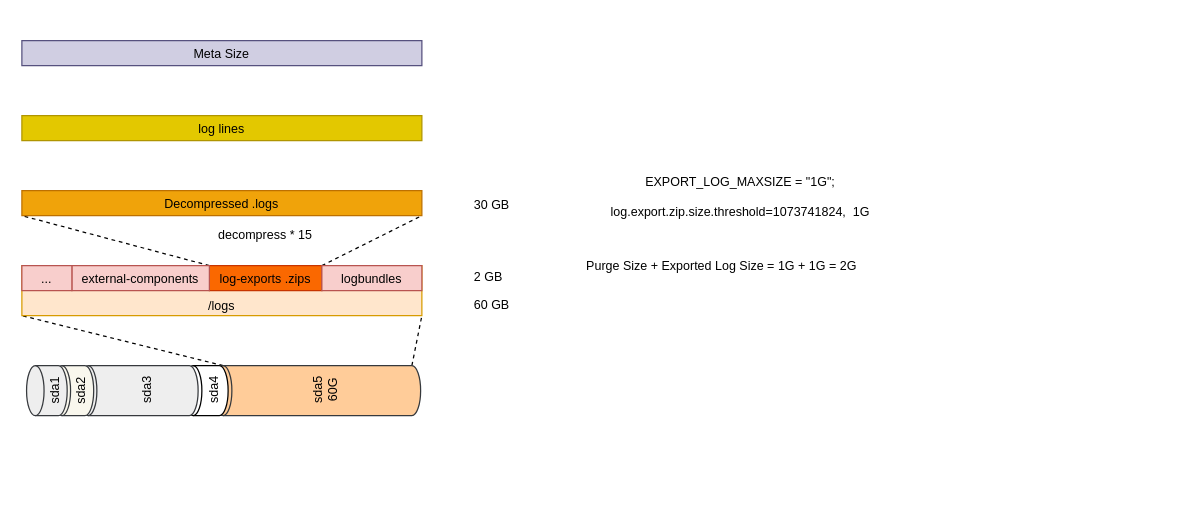
Earlier version of the draw.io diagram page "LogSize" (6 of 6) of st/Log.drawio (gaivin/drawio). Source tidied: cells renumbered, new cells numbered last; positions are measured from the earlier drawing's top-left corner, leaving out a move shared by most shapes. Both pictures are drawn from the tidied source at 125%, with x=0, y=0 at pixel (21, 40).
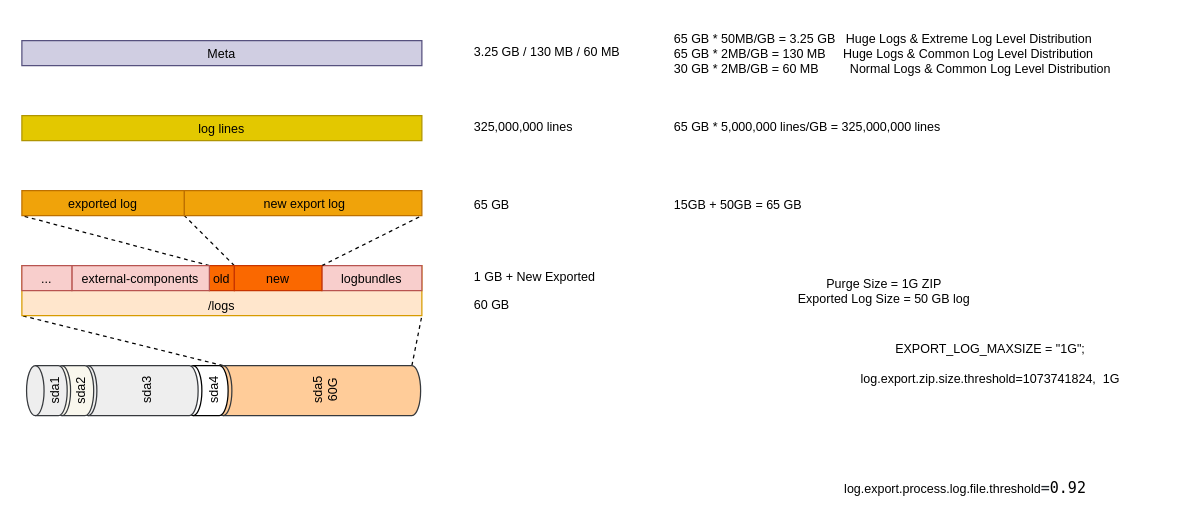
After the change.

What changed in the source:
```diff
@@
-    <mxCell id="12" value="log-exports .zips" style="rounded=0;whiteSpace=wrap;html=1;fontSize=10;fillColor=#fa6800;strokeColor=#C73500;fontColor=#000000;" parent="1" vertex="1">
-      <mxGeometry x="150" y="180" width="90" height="20" as="geometry" />
+    <mxCell id="12" value="old" style="rounded=0;whiteSpace=wrap;html=1;fontSize=10;fillColor=#fa6800;strokeColor=#C73500;fontColor=#000000;" parent="1" vertex="1">
+      <mxGeometry x="150" y="180" width="20" height="20" as="geometry" />
     </mxCell>
@@
-    <mxCell id="16" value="Purge Size + Exported Log Size = 1G + 1G = 2G" style="text;html=1;strokeColor=none;fillColor=none;align=center;verticalAlign=middle;whiteSpace=wrap;rounded=0;fontSize=10;" parent="1" vertex="1">
-      <mxGeometry x="440" y="170" width="240" height="20" as="geometry" />
+    <mxCell id="16" value="Purge Size = 1G ZIP&lt;br&gt;Exported Log Size = 50 GB log" style="text;html=1;strokeColor=none;fillColor=none;align=center;verticalAlign=middle;whiteSpace=wrap;rounded=0;fontSize=10;" parent="1" vertex="1">
+      <mxGeometry x="570" y="190" width="240" height="20" as="geometry" />
     </mxCell>
     <mxCell id="17" value="EXPORT_LOG_MAXSIZE = &quot;1G&quot;;&lt;br&gt;&lt;br&gt;log.export.zip.size.threshold=1073741824,&amp;nbsp; 1G" style="text;html=1;strokeColor=none;fillColor=none;align=center;verticalAlign=middle;whiteSpace=wrap;rounded=0;fontSize=10;" parent="1" vertex="1">
-      <mxGeometry x="440" y="100" width="270" height="50" as="geometry" />
+      <mxGeometry x="640" y="232.5" width="270" height="50" as="geometry" />
     </mxCell>
@@
-    <mxCell id="19" value="2 GB" style="text;html=1;strokeColor=none;fillColor=none;align=left;verticalAlign=middle;whiteSpace=wrap;rounded=0;fontSize=10;" parent="1" vertex="1">
-      <mxGeometry x="360" y="180" width="40" height="17.5" as="geometry" />
+    <mxCell id="19" value="1 GB + New Exported" style="text;html=1;strokeColor=none;fillColor=none;align=left;verticalAlign=middle;whiteSpace=wrap;rounded=0;fontSize=10;" parent="1" vertex="1">
+      <mxGeometry x="360" y="180" width="100" height="17.5" as="geometry" />
     </mxCell>
-    <mxCell id="20" value="Decompressed .logs" style="rounded=0;whiteSpace=wrap;html=1;fontSize=10;fillColor=#f0a30a;fontColor=#000000;strokeColor=#BD7000;" parent="1" vertex="1">
-      <mxGeometry y="120" width="320" height="20" as="geometry" />
+    <mxCell id="20" value="exported log" style="rounded=0;whiteSpace=wrap;html=1;fontSize=10;fillColor=#f0a30a;fontColor=#000000;strokeColor=#BD7000;" parent="1" vertex="1">
+      <mxGeometry y="120" width="130" height="20" as="geometry" />
     </mxCell>
-    <mxCell id="21" value="decompress * 15" style="text;html=1;strokeColor=none;fillColor=none;align=center;verticalAlign=middle;whiteSpace=wrap;rounded=0;fontSize=10;" parent="1" vertex="1">
-      <mxGeometry x="130" y="140" width="130" height="30" as="geometry" />
-    </mxCell>
-    <mxCell id="22" value="30 GB" style="text;html=1;strokeColor=none;fillColor=none;align=left;verticalAlign=middle;whiteSpace=wrap;rounded=0;fontSize=10;" parent="1" vertex="1">
-      <mxGeometry x="360" y="122.5" width="40" height="17.5" as="geometry" />
+    <mxCell id="22" value="65 GB" style="text;html=1;strokeColor=none;fillColor=none;align=left;verticalAlign=middle;whiteSpace=wrap;rounded=0;fontSize=10;" parent="1" vertex="1">
+      <mxGeometry x="360" y="122.5" width="120" height="17.5" as="geometry" />
     </mxCell>
@@
-    <mxCell id="24" value="Meta Size" style="rounded=0;whiteSpace=wrap;html=1;fontSize=10;fillColor=#d0cee2;strokeColor=#56517e;" parent="1" vertex="1">
+    <mxCell id="24" value="Meta" style="rounded=0;whiteSpace=wrap;html=1;fontSize=10;fillColor=#d0cee2;strokeColor=#56517e;" parent="1" vertex="1">
       <mxGeometry width="320" height="20" as="geometry" />
     </mxCell>
+    <mxCell id="25" value="log.export.process.log.file.threshold&lt;span style=&quot;color: rgb(36, 41, 47); font-family: ui-monospace, SFMono-Regular, &amp;quot;SF Mono&amp;quot;, Menlo, Consolas, &amp;quot;Liberation Mono&amp;quot;, monospace; font-size: 12px; text-align: start; background-color: rgb(255, 255, 255);&quot;&gt;=&lt;/span&gt;&lt;span style=&quot;box-sizing: border-box; color: var(--color-prettylights-syntax-string); font-family: ui-monospace, SFMono-Regular, &amp;quot;SF Mono&amp;quot;, Menlo, Consolas, &amp;quot;Liberation Mono&amp;quot;, monospace; font-size: 12px; text-align: start; background-color: rgb(255, 255, 255);&quot; class=&quot;pl-s&quot;&gt;0.92&lt;/span&gt;" style="text;html=1;strokeColor=none;fillColor=none;align=center;verticalAlign=middle;whiteSpace=wrap;rounded=0;fontSize=10;" parent="1" vertex="1">
+      <mxGeometry x="725" y="352.5" width="60" height="10" as="geometry" />
+    </mxCell>
+    <mxCell id="26" value="&amp;nbsp;new export log" style="rounded=0;whiteSpace=wrap;html=1;fontSize=10;fillColor=#f0a30a;fontColor=#000000;strokeColor=#BD7000;" parent="1" vertex="1">
+      <mxGeometry x="130" y="120" width="190" height="20" as="geometry" />
+    </mxCell>
+    <mxCell id="27" style="edgeStyle=none;rounded=0;jettySize=auto;html=1;exitX=1;exitY=0;exitDx=0;exitDy=0;entryX=1;entryY=1;entryDx=0;entryDy=0;dashed=1;strokeWidth=1;fontSize=10;endArrow=none;endFill=0;" parent="1" edge="1" source="28" target="26">
+      <mxGeometry relative="1" as="geometry" />
+    </mxCell>
+    <mxCell id="28" value="new" style="rounded=0;whiteSpace=wrap;html=1;fontSize=10;fillColor=#fa6800;strokeColor=#C73500;fontColor=#000000;" parent="1" vertex="1">
+      <mxGeometry x="170" y="180" width="70" height="20" as="geometry" />
+    </mxCell>
+    <mxCell id="29" value="65 GB * 5,000,000 lines/GB = 325,000,000 lines" style="text;html=1;strokeColor=none;fillColor=none;align=left;verticalAlign=middle;whiteSpace=wrap;rounded=0;fontSize=10;" parent="1" vertex="1">
+      <mxGeometry x="520" y="60" width="220" height="17.5" as="geometry" />
+    </mxCell>
+    <mxCell id="30" value="65 GB * 50MB/GB = 3.25 GB&amp;nbsp; &amp;nbsp;Huge Logs &amp;amp; Extreme Log Level Distribution&lt;br&gt;65 GB * 2MB/GB = 130 MB&amp;nbsp; &amp;nbsp; &amp;nbsp;Huge Logs &amp;amp;&amp;nbsp;Common Log Level Distribution&lt;br&gt;30 GB * 2MB/GB&amp;nbsp;= 60 MB&amp;nbsp; &amp;nbsp; &amp;nbsp; &amp;nbsp; &amp;nbsp;Normal Logs &amp;amp;&amp;nbsp;Common Log Level Distribution" style="text;html=1;strokeColor=none;fillColor=none;align=left;verticalAlign=middle;whiteSpace=wrap;rounded=0;fontSize=10;" parent="1" vertex="1">
+      <mxGeometry x="520" y="-15" width="370" height="50" as="geometry" />
+    </mxCell>
+    <mxCell id="31" value="3.25 GB / 130 MB / 60 MB" style="text;html=1;strokeColor=none;fillColor=none;align=left;verticalAlign=middle;whiteSpace=wrap;rounded=0;fontSize=10;" parent="1" vertex="1">
+      <mxGeometry x="360" width="120" height="17.5" as="geometry" />
+    </mxCell>
+    <mxCell id="32" value="325,000,000 lines" style="text;html=1;strokeColor=none;fillColor=none;align=left;verticalAlign=middle;whiteSpace=wrap;rounded=0;fontSize=10;" parent="1" vertex="1">
+      <mxGeometry x="360" y="60" width="120" height="17.5" as="geometry" />
+    </mxCell>
+    <mxCell id="33" value="15GB + 50GB = 65 GB" style="text;html=1;strokeColor=none;fillColor=none;align=left;verticalAlign=middle;whiteSpace=wrap;rounded=0;fontSize=10;" parent="1" vertex="1">
+      <mxGeometry x="520" y="122.5" width="120" height="17.5" as="geometry" />
+    </mxCell>
```
